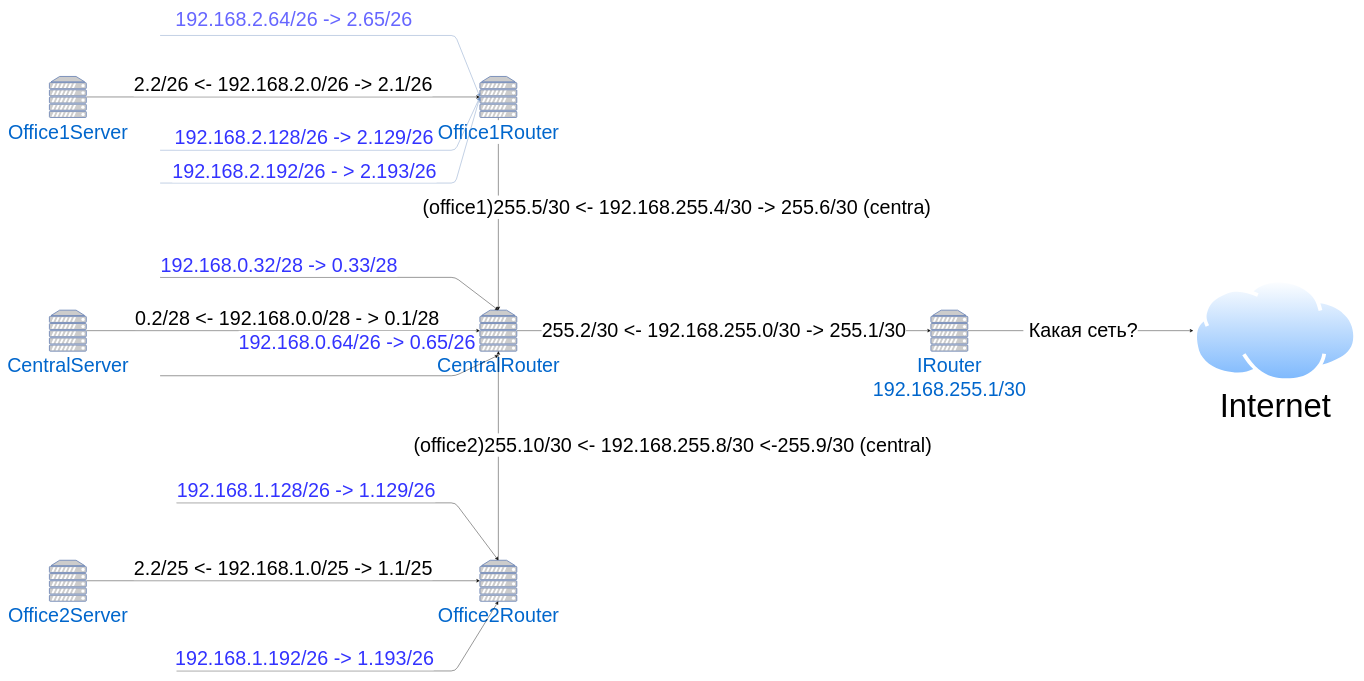
This is lesson18/Сетевая лаборатория схема сети.drawio from AndreyAgafonov/OTUS, a draw.io file, before an edit. Source tidied: cells renumbered, new cells numbered last; positions are measured from the earlier drawing's top-left corner, leaving out a move shared by most shapes. Both pictures are drawn from the tidied source at 41%, with x=0, y=0 at pixel (49, 35).
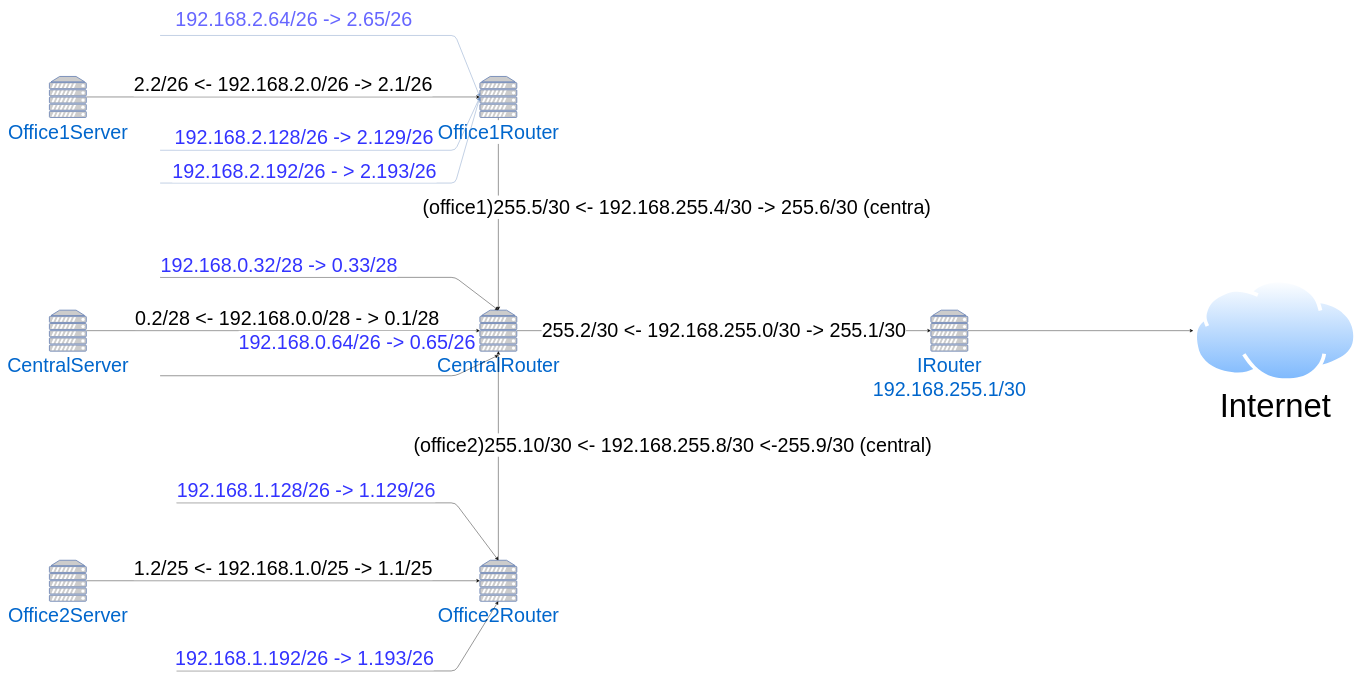
The same page after the edit.

Unchanged cells that the change refers to:
```xml
<mxCell id="2" value="&lt;font style=&quot;font-size: 80px&quot;&gt;Internet&lt;/font&gt;" style="perimeter=ellipsePerimeter;html=1;align=center;shadow=0;dashed=0;spacingTop=3;image;image=img/lib/active_directory/internet_cloud.svg;" parent="1" vertex="1">
  <mxGeometry x="2790" y="594" width="400" height="252" as="geometry" />
</mxCell>
<mxCell id="4" value="IRouter&lt;br&gt;192.168.255.1/30" style="fontColor=#0066CC;verticalAlign=top;verticalLabelPosition=bottom;labelPosition=center;align=center;html=1;fillColor=#CCCCCC;strokeColor=#6881B3;gradientColor=none;gradientDirection=north;strokeWidth=2;shape=mxgraph.networks.server;rounded=1;shadow=0;comic=0;labelBackgroundColor=#ffffff;fontSize=48;" parent="1" vertex="1">
  <mxGeometry x="2150" y="670" width="90" height="100" as="geometry" />
</mxCell>
<mxCell id="10" value="Office2Router" style="fontColor=#0066CC;verticalAlign=top;verticalLabelPosition=bottom;labelPosition=center;align=center;html=1;fillColor=#CCCCCC;strokeColor=#6881B3;gradientColor=none;gradientDirection=north;strokeWidth=2;shape=mxgraph.networks.server;rounded=1;shadow=0;comic=0;labelBackgroundColor=#ffffff;fontSize=48;" parent="1" vertex="1">
  <mxGeometry x="1050" y="1280" width="90" height="100" as="geometry" />
</mxCell>
<mxCell id="16" value="Office2Server" style="fontColor=#0066CC;verticalAlign=top;verticalLabelPosition=bottom;labelPosition=center;align=center;html=1;fillColor=#CCCCCC;strokeColor=#6881B3;gradientColor=none;gradientDirection=north;strokeWidth=2;shape=mxgraph.networks.server;rounded=1;shadow=0;comic=0;labelBackgroundColor=#ffffff;fontSize=48;" parent="1" vertex="1">
  <mxGeometry y="1280" width="90" height="100" as="geometry" />
</mxCell>
```

What changed in the source:
```diff
@@
-    <mxCell id="3" value="&amp;nbsp;Какая сеть?" style="edgeStyle=orthogonalEdgeStyle;rounded=0;jettySize=auto;html=1;fontSize=48;" parent="1" edge="1" source="4" target="2">
+    <mxCell id="3" style="edgeStyle=orthogonalEdgeStyle;rounded=0;jettySize=auto;html=1;fontSize=48;" parent="1" edge="1" source="4" target="2">
       <mxGeometry relative="1" as="geometry" />
     </mxCell>
@@
-    <mxCell id="15" value="2.2/25 &amp;lt;- 192.168.1.0/25 -&amp;gt; 1.1/25" style="edgeStyle=orthogonalEdgeStyle;rounded=0;jettySize=auto;html=1;entryX=0;entryY=0.5;entryDx=0;entryDy=0;entryPerimeter=0;fontSize=48;" parent="1" edge="1" source="16" target="10">
+    <mxCell id="15" value="1.2/25 &amp;lt;- 192.168.1.0/25 -&amp;gt; 1.1/25" style="edgeStyle=orthogonalEdgeStyle;rounded=0;jettySize=auto;html=1;entryX=0;entryY=0.5;entryDx=0;entryDy=0;entryPerimeter=0;fontSize=48;" parent="1" edge="1" source="16" target="10">
       <mxGeometry y="30" relative="1" as="geometry" />
     </mxCell>
```
